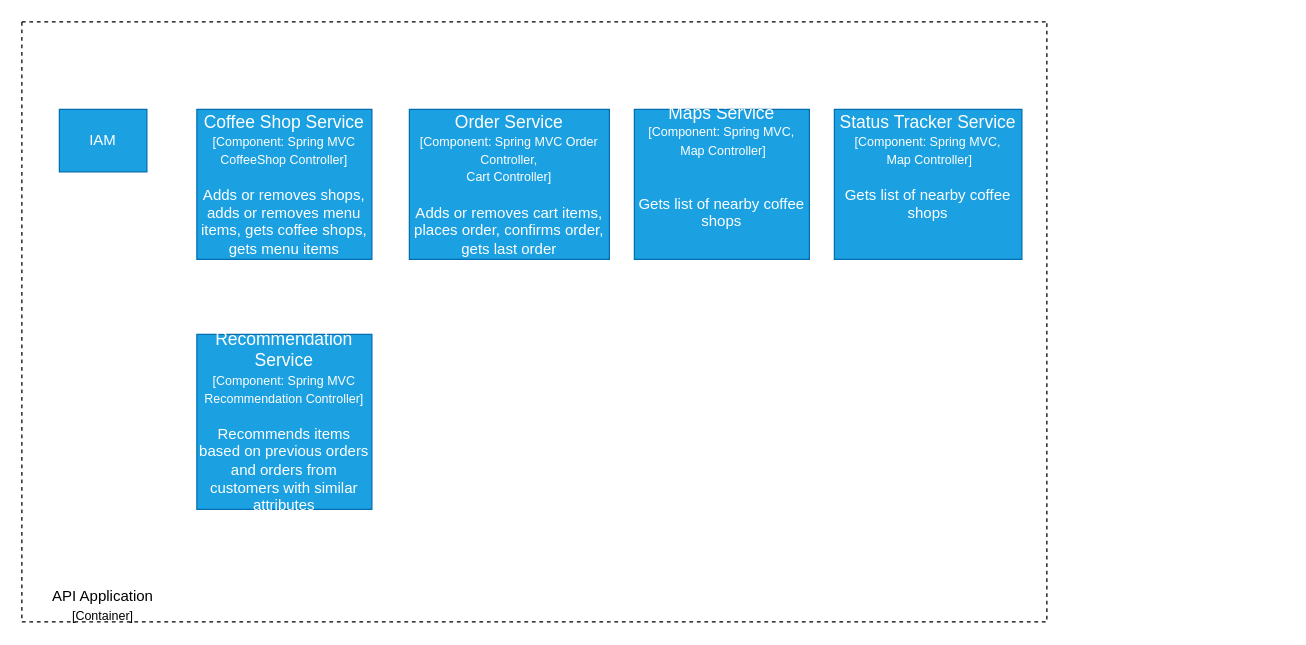
Before: API Application - Component Diagram.drawio in dinesh-i/uber-coffee-shops, a draw.io diagram. Source tidied: cells renumbered, new cells numbered last; positions are measured from the earlier drawing's top-left corner, leaving out a move shared by most shapes. Both pictures are drawn from the tidied source at 125%, with x=0, y=0 at pixel (21, 21).
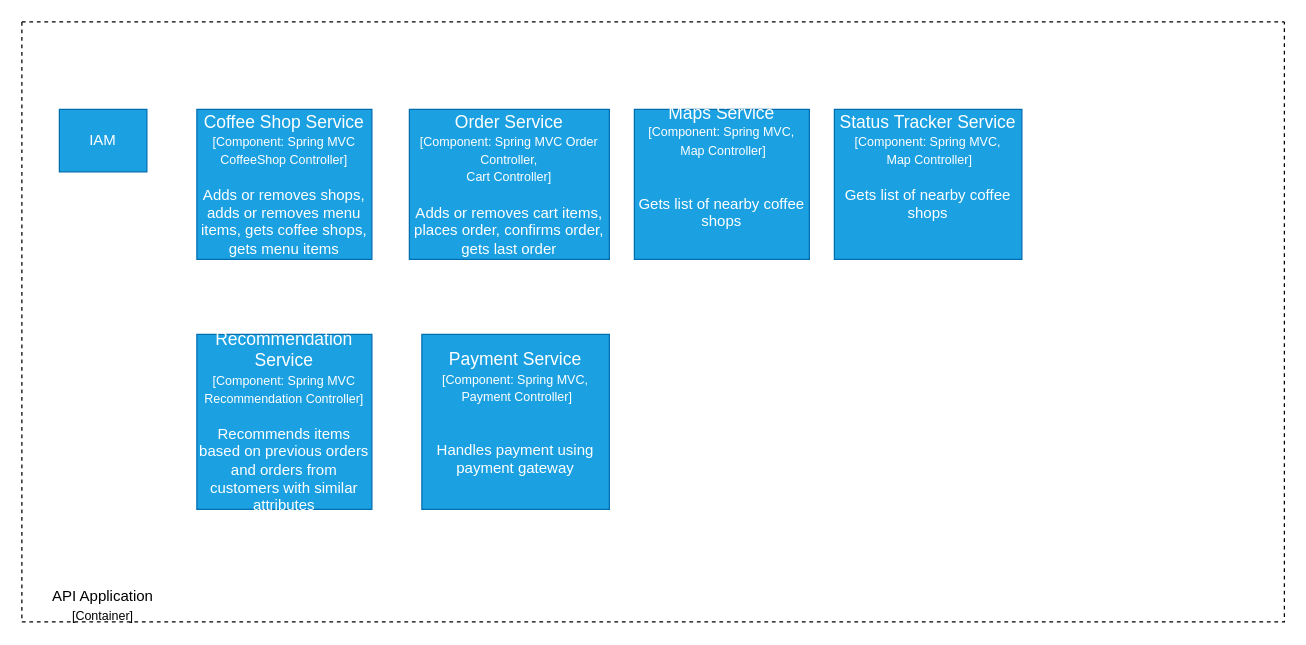
The same diagram, later.

The edit, as a diff of the source:
```diff
@@
 <mxGraphModel>
   <root>
     <mxCell id="0" />
     <mxCell id="1" parent="0" />
     <mxCell id="2" style="swimlane;startSize=0;dashed=1;" parent="1" vertex="1">
-      <mxGeometry width="820" height="480" as="geometry" />
+      <mxGeometry width="1010" height="480" as="geometry" />
     </mxCell>
     <mxCell id="3" value="IAM" style="rounded=0;whiteSpace=wrap;html=1;fillColor=#1ba1e2;strokeColor=#006EAF;fontColor=#ffffff;" parent="2" vertex="1">
       <mxGeometry x="30" y="70" width="70" height="50" as="geometry" />
     </mxCell>
     <mxCell id="4" value="&lt;font&gt;&lt;font style=&quot;font-size: 14px&quot;&gt;Coffee Shop Service&lt;/font&gt;&lt;br&gt;&lt;/font&gt;&lt;font style=&quot;font-size: 10px&quot;&gt;[Component: Spring MVC CoffeeShop Controller]&lt;br&gt;&lt;/font&gt;&lt;font style=&quot;font-size: 12px&quot;&gt;&lt;br&gt;Adds or removes shops, adds or removes menu items, gets coffee shops, gets menu items&lt;/font&gt;" style="rounded=0;whiteSpace=wrap;html=1;fillColor=#1ba1e2;strokeColor=#006EAF;fontColor=#ffffff;" parent="2" vertex="1">
       <mxGeometry x="140" y="70" width="140" height="120" as="geometry" />
     </mxCell>
     <mxCell id="5" value="&lt;font&gt;&lt;font style=&quot;font-size: 14px&quot;&gt;Order Service&lt;/font&gt;&lt;br&gt;&lt;/font&gt;&lt;font style=&quot;font-size: 10px&quot;&gt;[Component: Spring MVC Order Controller, &lt;br&gt;Cart Controller]&lt;br&gt;&lt;/font&gt;&lt;font style=&quot;font-size: 12px&quot;&gt;&lt;br&gt;Adds or removes cart items, places order, confirms order, gets last order&lt;/font&gt;" style="rounded=0;whiteSpace=wrap;html=1;fillColor=#1ba1e2;strokeColor=#006EAF;fontColor=#ffffff;" parent="2" vertex="1">
       <mxGeometry x="310" y="70" width="160" height="120" as="geometry" />
     </mxCell>
     <mxCell id="6" value="&lt;font&gt;&lt;font style=&quot;font-size: 14px&quot;&gt;Maps Service&lt;/font&gt;&lt;br&gt;&lt;/font&gt;&lt;font style=&quot;font-size: 10px&quot;&gt;[Component: Spring MVC,&lt;br&gt;&amp;nbsp;Map Controller]&lt;br&gt;&lt;/font&gt;&lt;font style=&quot;font-size: 12px&quot;&gt;&lt;br&gt;&lt;br&gt;Gets list of nearby coffee shops&lt;br&gt;&lt;br&gt;&lt;br&gt;&lt;/font&gt;" style="rounded=0;whiteSpace=wrap;html=1;fillColor=#1ba1e2;strokeColor=#006EAF;fontColor=#ffffff;" parent="2" vertex="1">
       <mxGeometry x="490" y="70" width="140" height="120" as="geometry" />
     </mxCell>
     <mxCell id="7" value="&lt;font&gt;&lt;font style=&quot;font-size: 14px&quot;&gt;Status Tracker Service&lt;/font&gt;&lt;br&gt;&lt;/font&gt;&lt;font style=&quot;font-size: 10px&quot;&gt;[Component: Spring MVC,&lt;br&gt;&amp;nbsp;Map Controller]&lt;br&gt;&lt;/font&gt;&lt;font style=&quot;font-size: 12px&quot;&gt;&lt;br&gt;Gets list of nearby coffee shops&lt;br&gt;&lt;br&gt;&lt;br&gt;&lt;/font&gt;" style="rounded=0;whiteSpace=wrap;html=1;fillColor=#1ba1e2;strokeColor=#006EAF;fontColor=#ffffff;" parent="2" vertex="1">
       <mxGeometry x="650" y="70" width="150" height="120" as="geometry" />
     </mxCell>
     <mxCell id="8" value="&lt;font&gt;&lt;font style=&quot;font-size: 14px&quot;&gt;Recommendation Service&lt;/font&gt;&lt;br&gt;&lt;/font&gt;&lt;font style=&quot;font-size: 10px&quot;&gt;[Component: Spring MVC Recommendation Controller]&lt;br&gt;&lt;/font&gt;&lt;font style=&quot;font-size: 12px&quot;&gt;&lt;br&gt;Recommends items based on previous orders and orders from customers with similar attributes&lt;/font&gt;" style="rounded=0;whiteSpace=wrap;html=1;fillColor=#1ba1e2;strokeColor=#006EAF;fontColor=#ffffff;" parent="2" vertex="1">
       <mxGeometry x="140" y="250" width="140" height="140" as="geometry" />
     </mxCell>
+    <mxCell id="10" value="&lt;font&gt;&lt;font style=&quot;font-size: 14px&quot;&gt;Payment Service&lt;/font&gt;&lt;br&gt;&lt;/font&gt;&lt;font style=&quot;font-size: 10px&quot;&gt;[Component: Spring MVC,&lt;br&gt;&amp;nbsp;Payment Controller]&lt;br&gt;&lt;/font&gt;&lt;font style=&quot;font-size: 12px&quot;&gt;&lt;br&gt;&lt;br&gt;Handles payment using payment gateway&lt;br&gt;&lt;br&gt;&lt;/font&gt;" style="rounded=0;whiteSpace=wrap;html=1;fillColor=#1ba1e2;strokeColor=#006EAF;fontColor=#ffffff;" parent="2" vertex="1">
+      <mxGeometry x="320" y="250" width="150" height="140" as="geometry" />
+    </mxCell>
     <mxCell id="9" value="API Application&lt;br&gt;&lt;font style=&quot;font-size: 10px&quot;&gt;[Container]&lt;/font&gt;" style="text;html=1;strokeColor=none;fillColor=none;align=center;verticalAlign=middle;whiteSpace=wrap;rounded=0;" parent="1" vertex="1">
       <mxGeometry x="10" y="460" width="110" height="14" as="geometry" />
     </mxCell>
   </root>
 </mxGraphModel>
```
